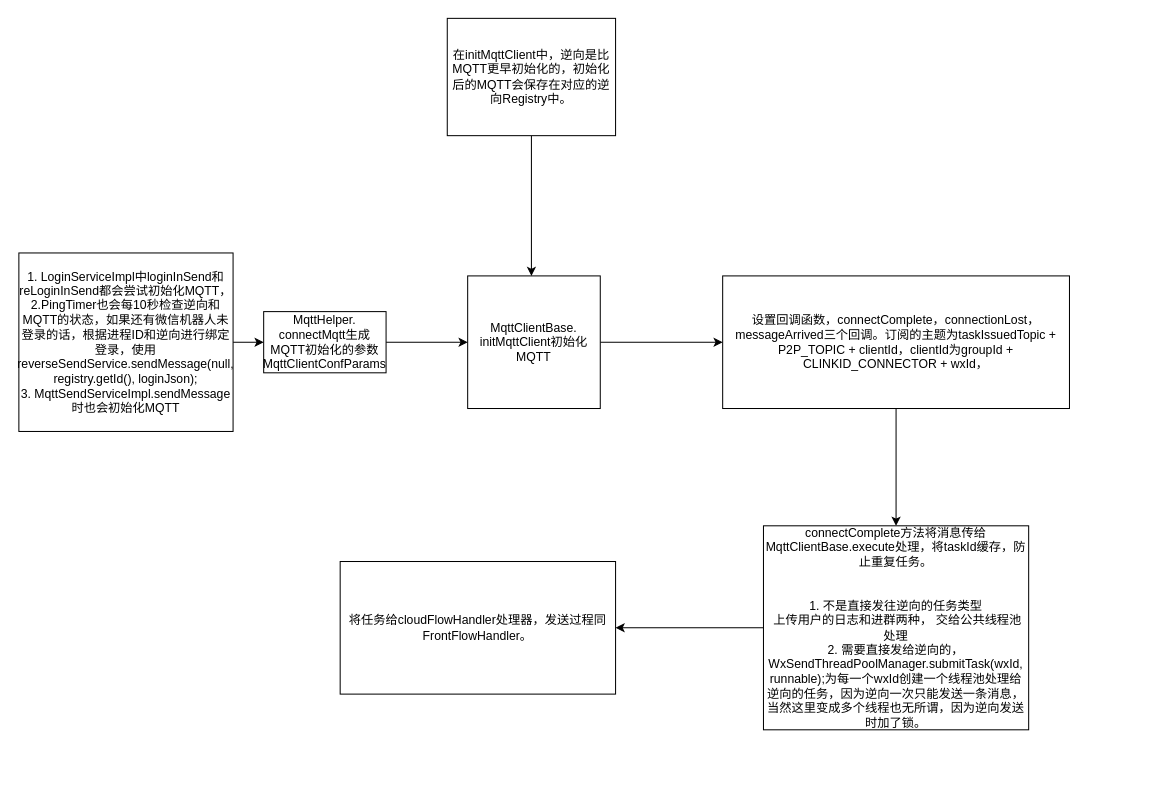
Before: javaClient-MQTT流程图.drawio in 1819011603/-, a draw.io diagram. Source tidied: cells renumbered, new cells numbered last; positions are measured from the earlier drawing's top-left corner, leaving out a move shared by most shapes. Both pictures are drawn from the tidied source at 102%, with x=0, y=0 at pixel (18, 17).
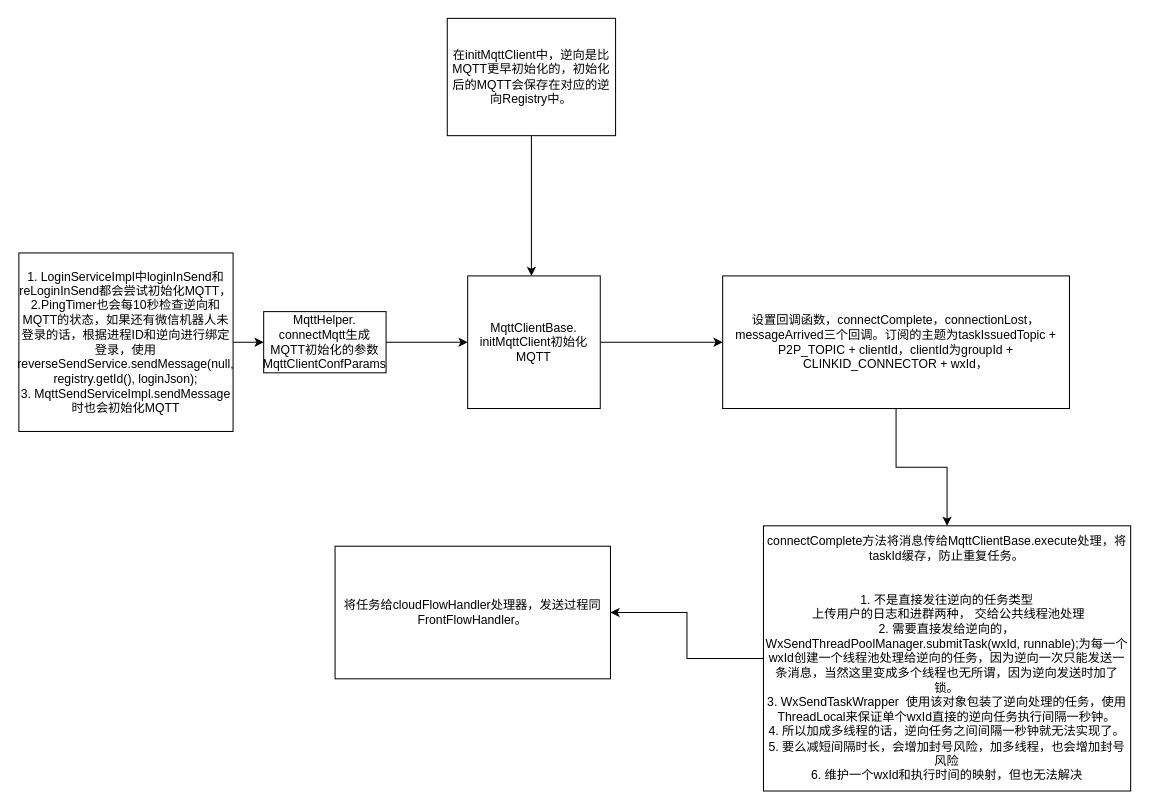
Above is the later version.

Commit message:
更新javaClient-MQTT流程图.drawio

What changed in the source:
```diff
@@
 <mxGraphModel>
   <root>
     <mxCell id="0" />
     <mxCell id="1" parent="0" />
     <mxCell id="2" style="edgeStyle=orthogonalEdgeStyle;rounded=0;jettySize=auto;html=1;" parent="1" edge="1" source="3" target="11">
       <mxGeometry relative="1" as="geometry" />
     </mxCell>
     <mxCell id="3" value="MqttClientBase.&lt;br&gt;initMqttClient初始化MQTT" style="whiteSpace=wrap;html=1;" parent="1" vertex="1">
       <mxGeometry x="440" y="253" width="130" height="130" as="geometry" />
     </mxCell>
     <mxCell id="4" style="edgeStyle=orthogonalEdgeStyle;rounded=0;jettySize=auto;html=1;" parent="1" edge="1" source="5">
       <mxGeometry relative="1" as="geometry">
         <mxPoint x="440" y="318" as="targetPoint" />
       </mxGeometry>
     </mxCell>
     <mxCell id="5" value="MqttHelper.&lt;br&gt;connectMqtt生成MQTT初始化的参数MqttClientConfParams" style="rounded=0;whiteSpace=wrap;html=1;" parent="1" vertex="1">
       <mxGeometry x="240" y="288" width="120" height="60" as="geometry" />
     </mxCell>
     <mxCell id="6" style="edgeStyle=orthogonalEdgeStyle;rounded=0;jettySize=auto;html=1;" parent="1" edge="1" source="7" target="5">
       <mxGeometry relative="1" as="geometry" />
     </mxCell>
     <mxCell id="7" value="1. LoginServiceImpl中loginInSend和reLoginInSend都会尝试初始化MQTT，&lt;br&gt;2.PingTimer也会每10秒检查逆向和MQTT的状态，如果还有微信机器人未登录的话，根据进程ID和逆向进行绑定登录，使用reverseSendService.sendMessage(null, registry.getId(), loginJson);&lt;br&gt;3.&amp;nbsp;MqttSendServiceImpl.sendMessage时也会初始化MQTT" style="rounded=0;whiteSpace=wrap;html=1;" parent="1" vertex="1">
       <mxGeometry y="230.5" width="210" height="175" as="geometry" />
     </mxCell>
     <mxCell id="8" style="edgeStyle=orthogonalEdgeStyle;rounded=0;jettySize=auto;html=1;entryX=0.5;entryY=0;entryDx=0;entryDy=0;" parent="1" edge="1" source="9">
       <mxGeometry relative="1" as="geometry">
         <mxPoint x="502.5" y="253" as="targetPoint" />
       </mxGeometry>
     </mxCell>
     <mxCell id="9" value="在initMqttClient中，&lt;span style=&quot;background-color: initial;&quot;&gt;逆向是比MQTT更早初始化的，初始化后的MQTT会保存在对应的逆向Registry中。&lt;/span&gt;" style="rounded=0;whiteSpace=wrap;html=1;" parent="1" vertex="1">
       <mxGeometry x="420" y="0.5" width="165" height="115" as="geometry" />
     </mxCell>
     <mxCell id="10" style="edgeStyle=orthogonalEdgeStyle;rounded=0;jettySize=auto;html=1;" parent="1" edge="1" source="11" target="13">
       <mxGeometry relative="1" as="geometry" />
     </mxCell>
     <mxCell id="11" value="设置回调函数，connectComplete，connectionLost，messageArrived三个回调。订阅的&lt;span style=&quot;background-color: initial;&quot;&gt;主题为taskIssuedTopic + P2P_TOPIC + clientId，clientId为groupId + CLINKID_CONNECTOR + wxId，&lt;/span&gt;" style="whiteSpace=wrap;html=1;" parent="1" vertex="1">
       <mxGeometry x="690" y="253" width="340" height="130" as="geometry" />
     </mxCell>
     <mxCell id="12" style="edgeStyle=orthogonalEdgeStyle;rounded=0;jettySize=auto;html=1;" parent="1" edge="1" source="13" target="14">
       <mxGeometry relative="1" as="geometry" />
     </mxCell>
-    <mxCell id="13" value="connectComplete方法将消息传给MqttClientBase.execute处理，将taskId缓存，防止重复任务。&lt;br&gt;&lt;br&gt;&lt;br&gt;1.&amp;nbsp;不是直接发往逆向的任务类型&lt;br style=&quot;border-color: var(--border-color);&quot;&gt;&amp;nbsp;上传用户的日志和进群两种， 交给公共线程池处理&lt;br style=&quot;border-color: var(--border-color);&quot;&gt;2. 需要直接发给逆向的，WxSendThreadPoolManager.submitTask(wxId, runnable);为每一个wxId创建一个线程池处理给逆向的任务，因为逆向一次只能发送一条消息，当然这里变成多个线程也无所谓，因为逆向发送时加了锁。" style="whiteSpace=wrap;html=1;" parent="1" vertex="1">
-      <mxGeometry x="730" y="498" width="260" height="200" as="geometry" />
+    <mxCell id="13" value="connectComplete方法将消息传给MqttClientBase.execute处理，将taskId缓存，防止重复任务。&lt;br&gt;&lt;br&gt;&lt;br&gt;1.&amp;nbsp;不是直接发往逆向的任务类型&lt;br style=&quot;border-color: var(--border-color);&quot;&gt;&amp;nbsp;上传用户的日志和进群两种， 交给公共线程池处理&lt;br style=&quot;border-color: var(--border-color);&quot;&gt;2. 需要直接发给逆向的，WxSendThreadPoolManager.submitTask(wxId, runnable);为每一个wxId创建一个线程池处理给逆向的任务，因为逆向一次只能发送一条消息，当然这里变成多个线程也无所谓，因为逆向发送时加了锁。&lt;br&gt;3.&amp;nbsp;WxSendTaskWrapper&amp;nbsp; 使用该对象包装了逆向处理的任务，使用ThreadLocal来保证单个wxId直接的逆向任务执行间隔一秒钟。&lt;br&gt;4. 所以加成多线程的话，逆向任务之间间隔一秒钟就无法实现了。&lt;br&gt;5. 要么减短间隔时长，会增加封号风险，加多线程，也会增加封号风险&lt;br&gt;6. 维护一个wxId和执行时间的映射，但也无法解决" style="whiteSpace=wrap;html=1;" parent="1" vertex="1">
+      <mxGeometry x="730" y="498" width="360" height="260" as="geometry" />
     </mxCell>
     <mxCell id="14" value="将任务给cloudFlowHandler处理器，发送过程同FrontFlowHandler。" style="whiteSpace=wrap;html=1;" parent="1" vertex="1">
-      <mxGeometry x="315" y="533" width="270" height="130" as="geometry" />
+      <mxGeometry x="310" y="518" width="270" height="130" as="geometry" />
     </mxCell>
   </root>
 </mxGraphModel>
```
